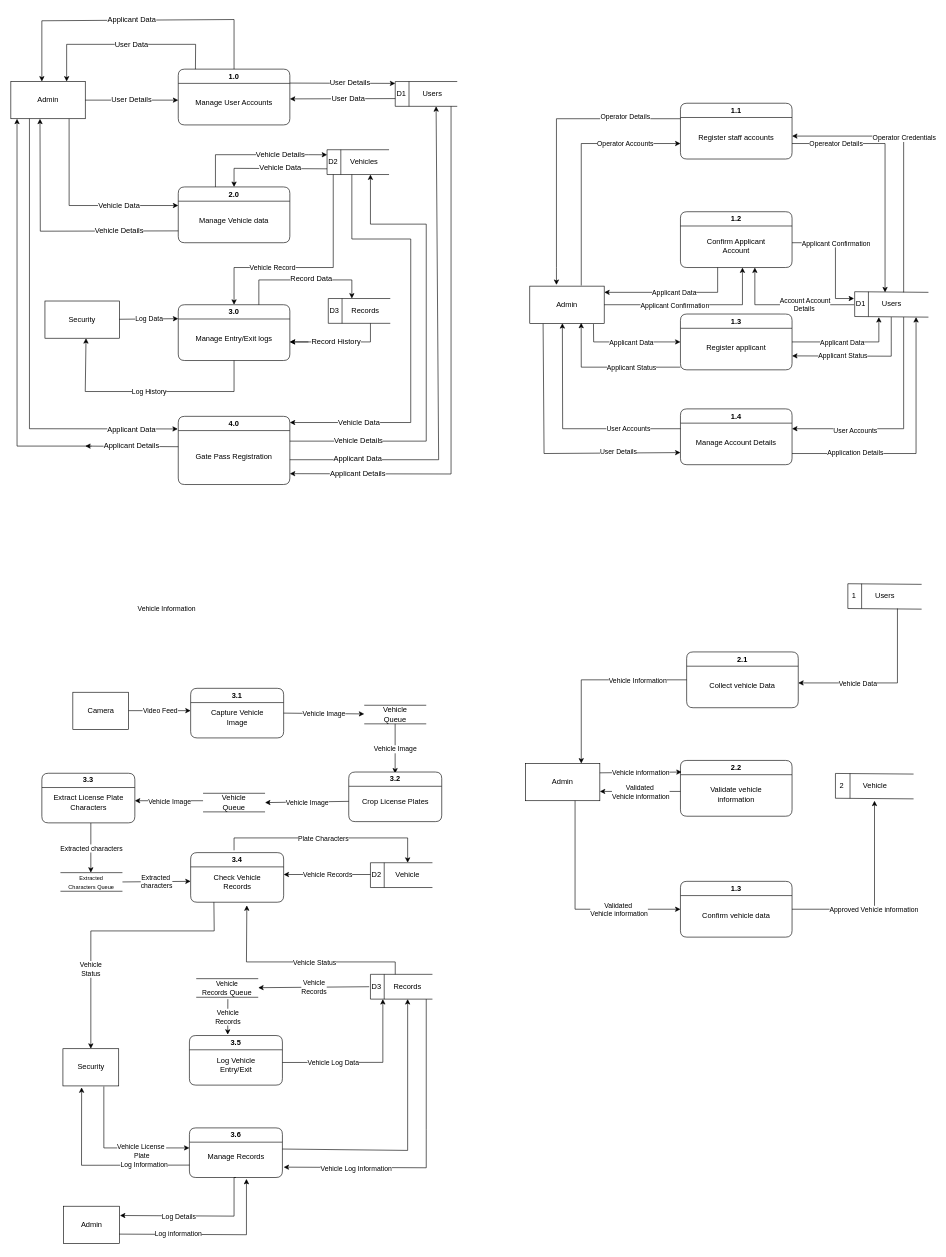
Before: DFD Processes.drawio in joshuabautista-cyber/Diagrams, a draw.io diagram. Source tidied: cells renumbered, new cells numbered last; positions are measured from the earlier drawing's top-left corner, leaving out a move shared by most shapes. Both pictures are drawn from the tidied source at 62%, with x=0, y=0 at pixel (11, 11).
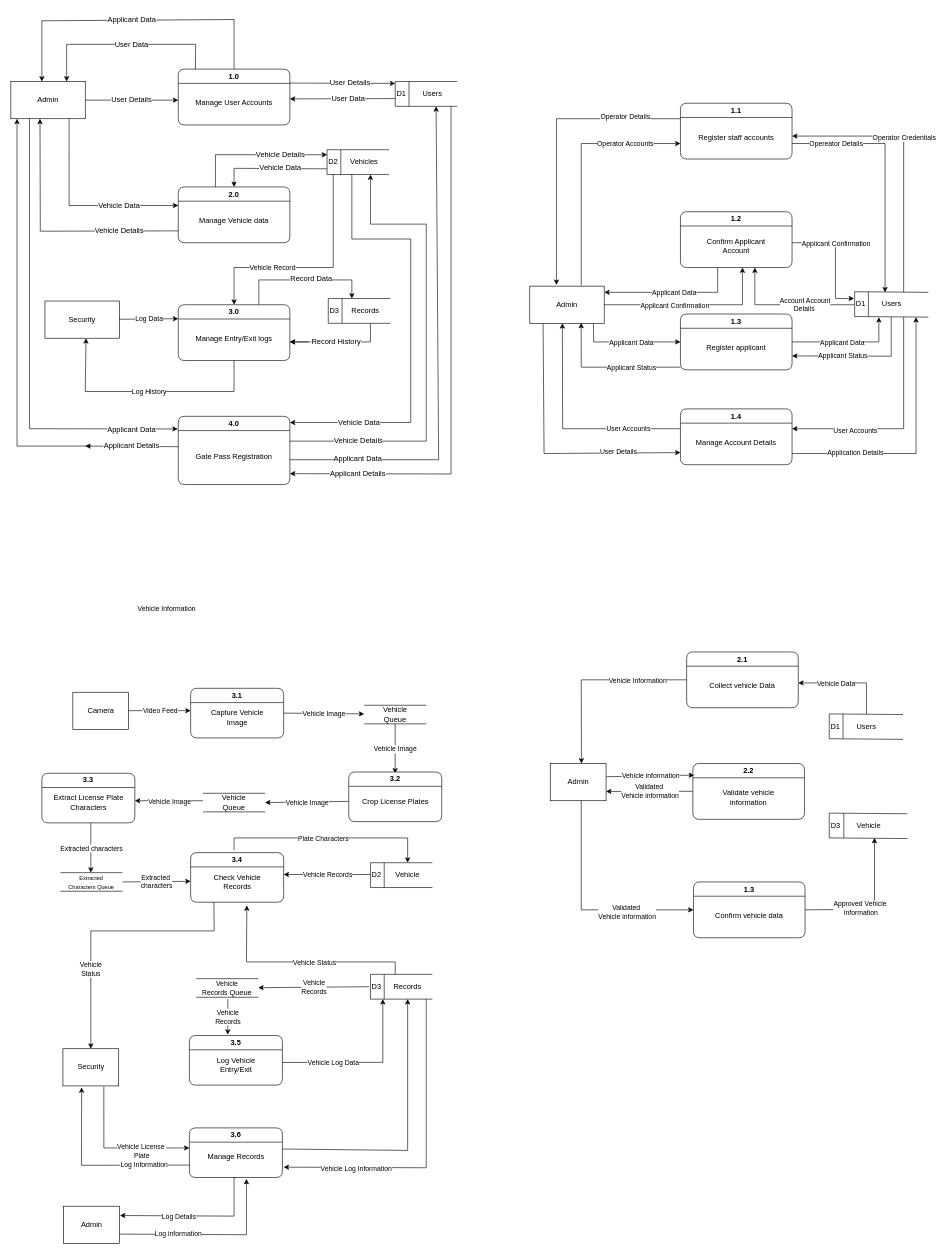
The same diagram, later.

Unchanged cells that the change refers to:
```xml
<mxCell id="129" value="2.1" style="swimlane;whiteSpace=wrap;html=1;rounded=1;" parent="1" vertex="1">
  <mxGeometry x="1090" y="1034" width="180" height="90" as="geometry" />
</mxCell>
```

Change to the diagram source:
```diff
@@
     <mxCell id="126" style="group;" parent="1" vertex="1">
-      <mxGeometry x="830" y="1214" width="120" height="60" as="geometry" />
+      <mxGeometry x="870" y="1214" width="90" height="60" as="geometry" />
     </mxCell>
     <mxCell id="127" style="rounded=0;whiteSpace=wrap;html=1;" parent="126" vertex="1">
-      <mxGeometry width="120" height="60" as="geometry" />
+      <mxGeometry width="90" height="60" as="geometry" />
     </mxCell>
     <mxCell id="128" value="Admin" style="text;html=1;whiteSpace=wrap;strokeColor=none;fillColor=none;align=center;verticalAlign=middle;rounded=0;" parent="126" vertex="1">
-      <mxGeometry x="30" y="15" width="60" height="30" as="geometry" />
+      <mxGeometry x="22.5" y="15" width="45" height="30" as="geometry" />
     </mxCell>
@@
     <mxCell id="131" value="2.2" style="swimlane;whiteSpace=wrap;html=1;rounded=1;startSize=23;" parent="1" vertex="1">
-      <mxGeometry x="1080" y="1209" width="180" height="90" as="geometry" />
+      <mxGeometry x="1100" y="1214" width="180" height="90" as="geometry" />
     </mxCell>
@@
     <mxCell id="133" value="1.3" style="swimlane;whiteSpace=wrap;html=1;rounded=1;" parent="1" vertex="1">
-      <mxGeometry x="1080" y="1404" width="180" height="90" as="geometry" />
+      <mxGeometry x="1101" y="1405" width="180" height="90" as="geometry" />
     </mxCell>
@@
     <mxCell id="135" style="endArrow=classic;html=1;rounded=0;" parent="1" edge="1">
       <mxGeometry relative="1" as="geometry">
-        <mxPoint x="1430" y="964" as="sourcePoint" />
+        <mxPoint x="1380" y="1134" as="sourcePoint" />
         <mxPoint x="1270" y="1084" as="targetPoint" />
         <Array as="points">
-          <mxPoint x="1430" y="1084" />
+          <mxPoint x="1380" y="1084" />
         </Array>
       </mxGeometry>
     </mxCell>
     <mxCell id="136" value="Vehicle Data" style="edgeLabel;html=1;align=center;verticalAlign=middle;" parent="135" vertex="1">
       <mxGeometry relative="1" as="geometry">
-        <mxPoint x="-45" as="offset" />
+        <mxPoint x="-20" as="offset" />
       </mxGeometry>
     </mxCell>
     <mxCell id="137" style="endArrow=classic;html=1;rounded=0;exitX=1;exitY=0.5;exitDx=0;exitDy=0;" parent="1" edge="1" source="133">
       <mxGeometry relative="1" as="geometry">
-        <mxPoint x="1393" y="1274" as="targetPoint" />
+        <mxPoint x="1393" y="1334" as="targetPoint" />
         <Array as="points">
           <mxPoint x="1393" y="1449" />
           <mxPoint x="1393" y="1339" />
         </Array>
       </mxGeometry>
     </mxCell>
-    <mxCell id="138" value="Approved Vehicl&lt;span style=&quot;background-color: light-dark(#ffffff, var(--ge-dark-color, #121212)); color: light-dark(rgb(0, 0, 0), rgb(255, 255, 255));&quot;&gt;e information&lt;/span&gt;" style="edgeLabel;html=1;align=center;verticalAlign=middle;" parent="137" vertex="1">
+    <mxCell id="138" value="Approved Vehicl&lt;span style=&quot;background-color: light-dark(#ffffff, var(--ge-dark-color, #121212)); color: light-dark(rgb(0, 0, 0), rgb(255, 255, 255));&quot;&gt;e&amp;nbsp;&lt;/span&gt;&lt;div&gt;&lt;span style=&quot;background-color: light-dark(#ffffff, var(--ge-dark-color, #121212)); color: light-dark(rgb(0, 0, 0), rgb(255, 255, 255));&quot;&gt;information&lt;/span&gt;&lt;/div&gt;" style="edgeLabel;html=1;align=center;verticalAlign=middle;" parent="137" vertex="1">
       <mxGeometry relative="1" as="geometry">
-        <mxPoint x="-2" y="21" as="offset" />
+        <mxPoint x="-23" as="offset" />
       </mxGeometry>
     </mxCell>
-    <mxCell id="139" style="endArrow=classic;html=1;rounded=0;entryX=0;entryY=0.5;entryDx=0;entryDy=0;exitX=0.667;exitY=1;exitDx=0;exitDy=0;exitPerimeter=0;" parent="1" edge="1" source="127" target="133">
+    <mxCell id="139" style="endArrow=classic;html=1;rounded=0;entryX=0;entryY=0.5;entryDx=0;entryDy=0;" parent="1" edge="1" target="133">
       <mxGeometry relative="1" as="geometry">
+        <mxPoint x="920" y="1274" as="sourcePoint" />
         <Array as="points">
-          <mxPoint x="910" y="1449" />
+          <mxPoint x="920" y="1450" />
         </Array>
       </mxGeometry>
     </mxCell>
@@
     <mxCell id="141" style="group;" parent="1" vertex="1">
-      <mxGeometry x="1330" y="1230" width="126" height="41" as="geometry" />
+      <mxGeometry x="1320" y="1294" width="126" height="41" as="geometry" />
     </mxCell>
@@
-    <mxCell id="146" value="2" style="text;html=1;whiteSpace=wrap;strokeColor=none;fillColor=none;align=center;verticalAlign=middle;rounded=0;" parent="141" vertex="1">
+    <mxCell id="146" value="D3" style="text;html=1;whiteSpace=wrap;strokeColor=none;fillColor=none;align=center;verticalAlign=middle;rounded=0;" parent="141" vertex="1">
       <mxGeometry y="5" width="21.2" height="30" as="geometry" />
     </mxCell>
@@
     <mxCell id="148" style="group;" parent="1" vertex="1">
-      <mxGeometry x="1350" y="924" width="119" height="41" as="geometry" />
+      <mxGeometry x="1320" y="1134" width="119" height="41" as="geometry" />
     </mxCell>
@@
-    <mxCell id="153" value="1" style="text;html=1;whiteSpace=wrap;strokeColor=none;fillColor=none;align=center;verticalAlign=middle;rounded=0;" parent="148" vertex="1">
+    <mxCell id="153" value="D1" style="text;html=1;whiteSpace=wrap;strokeColor=none;fillColor=none;align=center;verticalAlign=middle;rounded=0;" parent="148" vertex="1">
       <mxGeometry y="5" width="20" height="30" as="geometry" />
     </mxCell>
@@
-    <mxCell id="155" style="endArrow=classic;html=1;rounded=0;entryX=0.75;entryY=0;entryDx=0;entryDy=0;exitX=0;exitY=0.5;exitDx=0;exitDy=0;" parent="1" edge="1" source="129" target="127">
+    <mxCell id="155" style="endArrow=classic;html=1;rounded=0;entryX=0.559;entryY=0;entryDx=0;entryDy=0;exitX=0;exitY=0.5;exitDx=0;exitDy=0;entryPerimeter=0;" parent="1" edge="1" source="129" target="127">
       <mxGeometry relative="1" as="geometry">
         <Array as="points">
           <mxPoint x="920" y="1079" />
         </Array>
       </mxGeometry>
     </mxCell>
@@
-    <mxCell id="157" style="endArrow=classic;html=1;rounded=0;exitX=1;exitY=0.25;exitDx=0;exitDy=0;entryX=0.011;entryY=0.208;entryDx=0;entryDy=0;entryPerimeter=0;" parent="1" edge="1" source="127" target="131">
+    <mxCell id="157" style="endArrow=classic;html=1;rounded=0;exitX=1.006;exitY=0.354;exitDx=0;exitDy=0;entryX=0.011;entryY=0.208;entryDx=0;entryDy=0;entryPerimeter=0;exitPerimeter=0;" parent="1" edge="1" source="127" target="131">
       <mxGeometry relative="1" as="geometry" />
     </mxCell>
@@
-    <mxCell id="159" style="endArrow=classic;html=1;rounded=0;entryX=1;entryY=0.75;entryDx=0;entryDy=0;" parent="1" edge="1" target="127">
-      <mxGeometry relative="1" as="geometry">
-        <mxPoint x="1080" y="1259" as="sourcePoint" />
-      </mxGeometry>
-    </mxCell>
-    <mxCell id="160" value="Validated&amp;nbsp;&lt;div&gt;Vehicle information&lt;/div&gt;" style="edgeLabel;html=1;align=center;verticalAlign=middle;" parent="159" vertex="1">
-      <mxGeometry relative="1" as="geometry" />
-    </mxCell>
@@
+    <mxCell id="265" style="endArrow=classic;html=1;rounded=0;entryX=1;entryY=0.75;entryDx=0;entryDy=0;exitX=0;exitY=0.5;exitDx=0;exitDy=0;" parent="1" edge="1" target="127">
+      <mxGeometry relative="1" as="geometry">
+        <mxPoint x="1100" y="1258.8" as="sourcePoint" />
+      </mxGeometry>
+    </mxCell>
+    <mxCell id="160" value="Validated&amp;nbsp;&lt;div&gt;Vehicle information&lt;/div&gt;" style="edgeLabel;html=1;align=center;verticalAlign=middle;" parent="265" vertex="1">
+      <mxGeometry relative="1" as="geometry" />
+    </mxCell>
```
